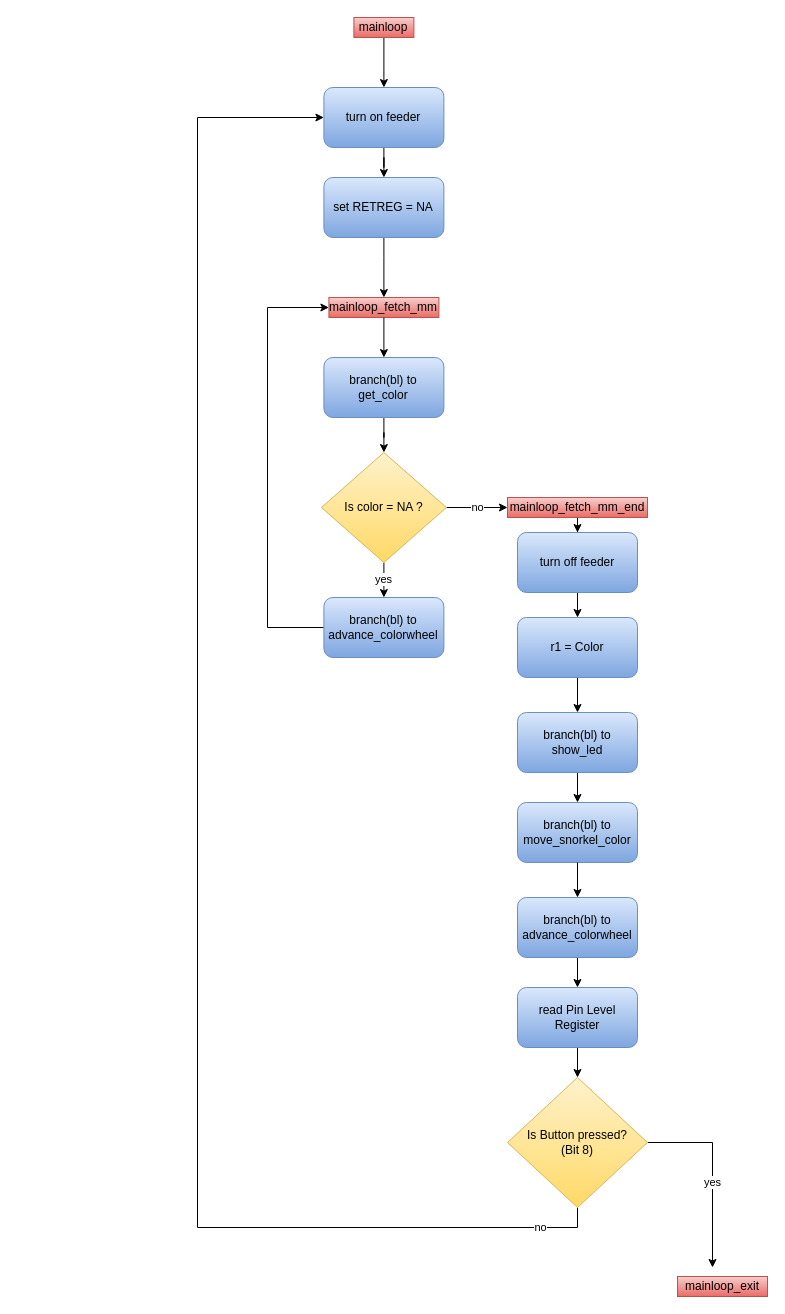
The draw.io diagram abgabe/diagrams/Programmablauf_mainloop.drawio in DerToaster98/SysProgTIT18, before the edit. Source tidied: cells renumbered, new cells numbered last; positions are measured from the earlier drawing's top-left corner, leaving out a move shared by most shapes. Both pictures are drawn from the tidied source at 100%, with x=0, y=0 at pixel (197, 17).
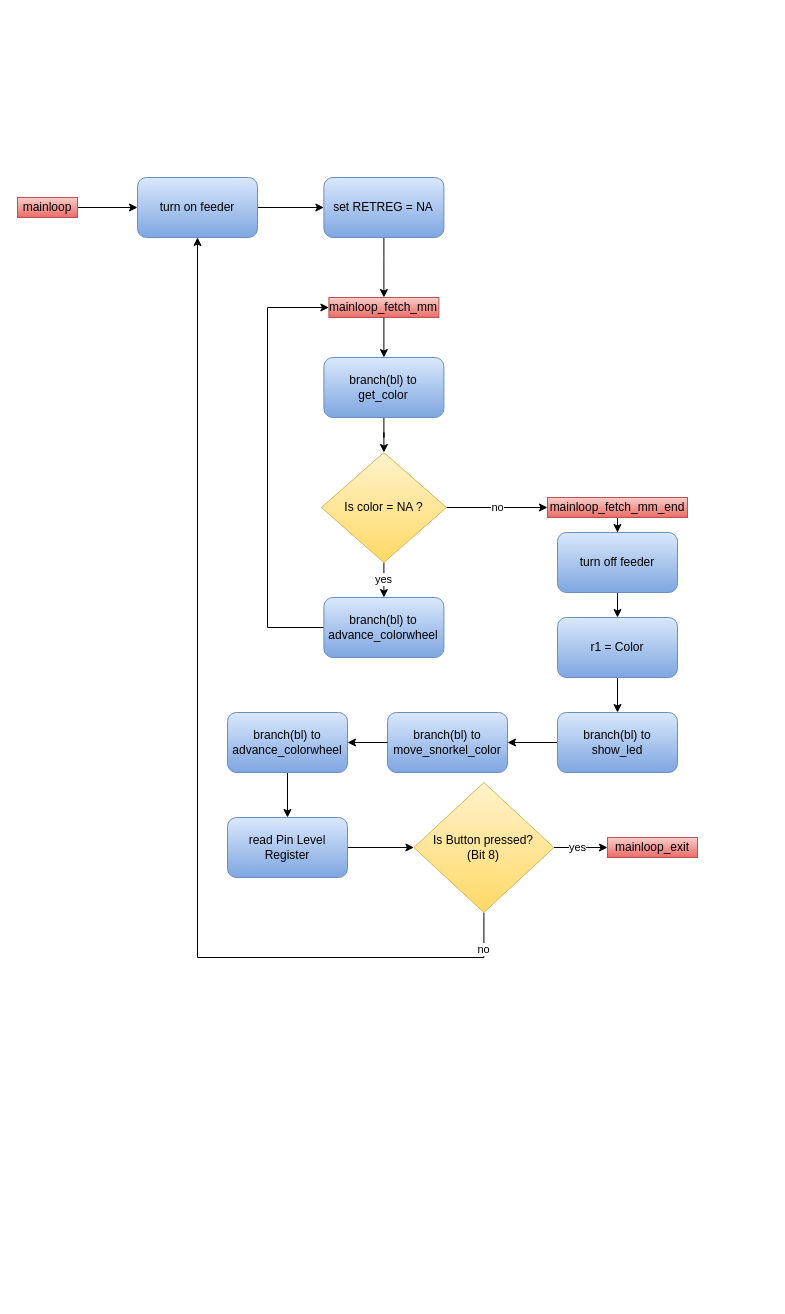
Above is the later version.

Diff of the diagram source:
```diff
@@
-    <mxCell id="2" style="edgeStyle=orthogonalEdgeStyle;rounded=0;jettySize=auto;html=1;exitX=0.5;exitY=1;exitDx=0;exitDy=0;entryX=0.5;entryY=0;entryDx=0;entryDy=0;" parent="1" edge="1" source="3" target="32">
+    <mxCell id="2" style="edgeStyle=orthogonalEdgeStyle;rounded=0;jettySize=auto;html=1;exitX=0.5;exitY=1;exitDx=0;exitDy=0;entryX=0;entryY=0.5;entryDx=0;entryDy=0;" parent="1" edge="1" source="3" target="32">
       <mxGeometry relative="1" as="geometry">
         <Array as="points">
-          <mxPoint x="186.4" y="70" />
-          <mxPoint x="186.4" y="70" />
+          <mxPoint x="-150" y="190" />
         </Array>
       </mxGeometry>
     </mxCell>
     <mxCell id="3" value="mainloop" style="text;html=1;strokeColor=#b85450;fillColor=#f8cecc;align=center;verticalAlign=middle;whiteSpace=wrap;rounded=0;gradientColor=#ea6b66;" parent="1" vertex="1">
-      <mxGeometry x="156.4" width="60" height="20" as="geometry" />
+      <mxGeometry x="-180" y="180" width="60" height="20" as="geometry" />
     </mxCell>
@@
     <mxCell id="5" value="read Pin Level Register" style="rounded=1;whiteSpace=wrap;html=1;gradientColor=#7ea6e0;fillColor=#dae8fc;strokeColor=#6c8ebf;" parent="1" vertex="1">
-      <mxGeometry x="320" y="970" width="120" height="60" as="geometry" />
+      <mxGeometry x="30" y="800" width="120" height="60" as="geometry" />
     </mxCell>
-    <mxCell id="6" value="no" style="edgeStyle=orthogonalEdgeStyle;rounded=0;jettySize=auto;html=1;entryX=0;entryY=0.5;entryDx=0;entryDy=0;" parent="1" edge="1" source="8" target="32">
+    <mxCell id="6" value="no" style="edgeStyle=orthogonalEdgeStyle;rounded=0;jettySize=auto;html=1;entryX=0.5;entryY=1;entryDx=0;entryDy=0;exitX=0.5;exitY=1;exitDx=0;exitDy=0;" parent="1" edge="1" source="8" target="32">
       <mxGeometry x="-0.93" relative="1" as="geometry">
         <Array as="points">
-          <mxPoint x="380" y="1210" />
-          <mxPoint y="1210" />
-          <mxPoint y="100" />
+          <mxPoint x="286" y="940" />
+          <mxPoint y="940" />
         </Array>
       </mxGeometry>
     </mxCell>
-    <mxCell id="7" value="yes" style="edgeStyle=orthogonalEdgeStyle;rounded=0;jettySize=auto;html=1;entryX=0.5;entryY=0;entryDx=0;entryDy=0;exitX=1;exitY=0.5;exitDx=0;exitDy=0;" parent="1" edge="1" source="8">
-      <mxGeometry x="0.11" relative="1" as="geometry">
-        <mxPoint x="515" y="1250" as="targetPoint" />
-        <Array as="points">
-          <mxPoint x="515" y="1125" />
-        </Array>
-      </mxGeometry>
+    <mxCell id="7" value="yes" style="edgeStyle=orthogonalEdgeStyle;rounded=0;jettySize=auto;html=1;exitX=1;exitY=0.5;exitDx=0;exitDy=0;entryX=0;entryY=0.5;entryDx=0;entryDy=0;" parent="1" edge="1" source="8" target="30">
+      <mxGeometry x="-0.12" relative="1" as="geometry" />
     </mxCell>
     <mxCell id="8" value="Is Button pressed?&lt;br&gt;(Bit 8)" style="rhombus;whiteSpace=wrap;html=1;gradientColor=#ffd966;fillColor=#fff2cc;strokeColor=#d6b656;" parent="1" vertex="1">
-      <mxGeometry x="310" y="1060" width="140" height="130" as="geometry" />
+      <mxGeometry x="216.4" y="765" width="140" height="130" as="geometry" />
     </mxCell>
@@
     <mxCell id="19" value="mainloop_fetch_mm_end" style="text;html=1;strokeColor=#b85450;fillColor=#f8cecc;align=center;verticalAlign=middle;whiteSpace=wrap;rounded=0;gradientColor=#ea6b66;" parent="1" vertex="1">
-      <mxGeometry x="310" y="480" width="140" height="20" as="geometry" />
+      <mxGeometry x="350" y="480" width="140" height="20" as="geometry" />
     </mxCell>
@@
     <mxCell id="21" value="turn off feeder" style="rounded=1;whiteSpace=wrap;html=1;gradientColor=#7ea6e0;fillColor=#dae8fc;strokeColor=#6c8ebf;" parent="1" vertex="1">
-      <mxGeometry x="320" y="515" width="120" height="60" as="geometry" />
+      <mxGeometry x="360" y="515" width="120" height="60" as="geometry" />
     </mxCell>
@@
     <mxCell id="23" value="r1 = Color" style="rounded=1;whiteSpace=wrap;html=1;gradientColor=#7ea6e0;fillColor=#dae8fc;strokeColor=#6c8ebf;" parent="1" vertex="1">
-      <mxGeometry x="320" y="600" width="120" height="60" as="geometry" />
+      <mxGeometry x="360" y="600" width="120" height="60" as="geometry" />
     </mxCell>
-    <mxCell id="24" style="edgeStyle=orthogonalEdgeStyle;rounded=0;jettySize=auto;html=1;" parent="1" edge="1" source="25" target="26">
+    <mxCell id="24" style="edgeStyle=orthogonalEdgeStyle;rounded=0;jettySize=auto;html=1;entryX=1;entryY=0.5;entryDx=0;entryDy=0;" parent="1" edge="1" source="25" target="26">
       <mxGeometry relative="1" as="geometry" />
     </mxCell>
     <mxCell id="25" value="branch(bl) to show_led" style="rounded=1;whiteSpace=wrap;html=1;gradientColor=#7ea6e0;fillColor=#dae8fc;strokeColor=#6c8ebf;" parent="1" vertex="1">
-      <mxGeometry x="320" y="695" width="120" height="60" as="geometry" />
+      <mxGeometry x="360" y="695" width="120" height="60" as="geometry" />
     </mxCell>
     <mxCell id="26" value="branch(bl) to move_snorkel_color" style="rounded=1;whiteSpace=wrap;html=1;gradientColor=#7ea6e0;fillColor=#dae8fc;strokeColor=#6c8ebf;" parent="1" vertex="1">
-      <mxGeometry x="320" y="785" width="120" height="60" as="geometry" />
+      <mxGeometry x="190" y="695" width="120" height="60" as="geometry" />
     </mxCell>
-    <mxCell id="27" style="edgeStyle=orthogonalEdgeStyle;rounded=0;jettySize=auto;html=1;exitX=0.5;exitY=1;exitDx=0;exitDy=0;" parent="1" edge="1" source="26" target="29">
+    <mxCell id="27" style="edgeStyle=orthogonalEdgeStyle;rounded=0;jettySize=auto;html=1;exitX=0;exitY=0.5;exitDx=0;exitDy=0;" parent="1" edge="1" source="26" target="29">
       <mxGeometry relative="1" as="geometry" />
     </mxCell>
@@
     <mxCell id="29" value="branch(bl) to advance_colorwheel" style="rounded=1;whiteSpace=wrap;html=1;gradientColor=#7ea6e0;fillColor=#dae8fc;strokeColor=#6c8ebf;" parent="1" vertex="1">
-      <mxGeometry x="320" y="880" width="120" height="60" as="geometry" />
+      <mxGeometry x="30" y="695" width="120" height="60" as="geometry" />
     </mxCell>
     <mxCell id="30" value="mainloop_exit" style="text;html=1;strokeColor=#b85450;fillColor=#f8cecc;align=center;verticalAlign=middle;whiteSpace=wrap;rounded=0;gradientColor=#ea6b66;" parent="1" vertex="1">
-      <mxGeometry x="480" y="1259" width="90" height="20" as="geometry" />
+      <mxGeometry x="410" y="820" width="90" height="20" as="geometry" />
     </mxCell>
@@
     <mxCell id="32" value="turn on feeder" style="rounded=1;whiteSpace=wrap;html=1;gradientColor=#7ea6e0;fillColor=#dae8fc;strokeColor=#6c8ebf;" parent="1" vertex="1">
-      <mxGeometry x="126.4" y="70" width="120" height="60" as="geometry" />
+      <mxGeometry x="-60" y="160" width="120" height="60" as="geometry" />
     </mxCell>
```
